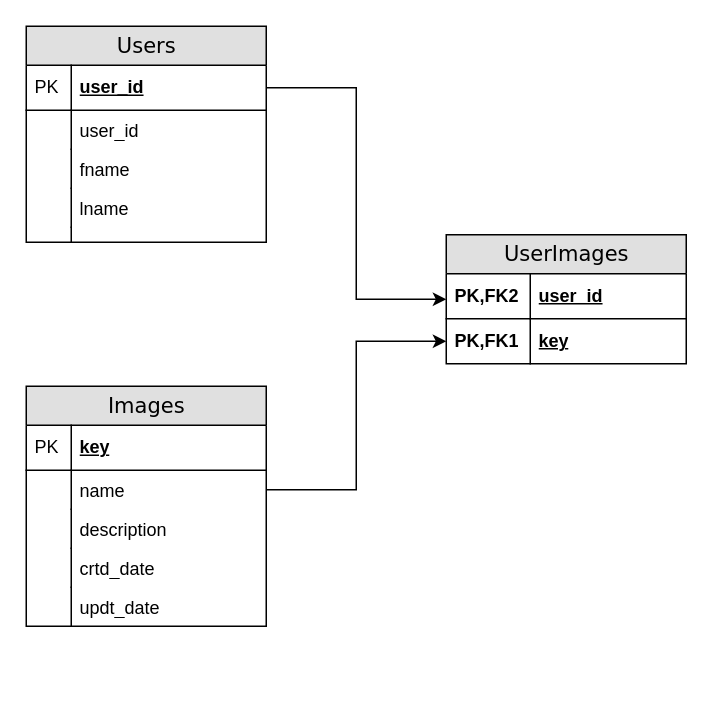
Earlier version of the draw.io diagram Untitled Diagram.drawio (akurudi/diagrams). Source tidied: cells renumbered, new cells numbered last; positions are measured from the earlier drawing's top-left corner, leaving out a move shared by most shapes. Both pictures are drawn from the tidied source at 150%, with x=0, y=0 at pixel (26, 26).
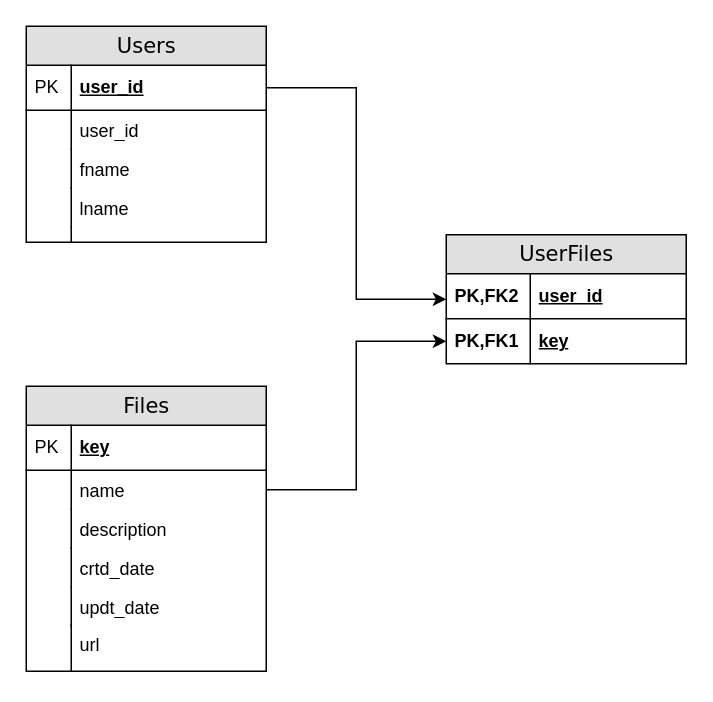
After the change.

What changed in the source:
```diff
@@
-    <mxCell id="2" value="Images" style="swimlane;html=1;fontStyle=0;horizontal=1;startSize=26;fillColor=#e0e0e0;swimlaneFillColor=#ffffff;align=center;rounded=0;shadow=0;comic=0;labelBackgroundColor=none;strokeWidth=1;fontFamily=Verdana;fontSize=14;" parent="1" vertex="1">
-      <mxGeometry y="240" width="160" height="160" as="geometry" />
+    <mxCell id="2" value="Files" style="swimlane;html=1;fontStyle=0;horizontal=1;startSize=26;fillColor=#e0e0e0;swimlaneFillColor=#ffffff;align=center;rounded=0;shadow=0;comic=0;labelBackgroundColor=none;strokeWidth=1;fontFamily=Verdana;fontSize=14;" parent="1" vertex="1">
+      <mxGeometry y="240" width="160" height="190" as="geometry" />
     </mxCell>
@@
-    <mxCell id="26" value="UserImages" style="swimlane;html=1;fontStyle=0;horizontal=1;startSize=26;fillColor=#e0e0e0;swimlaneFillColor=#ffffff;align=center;rounded=0;shadow=0;comic=0;labelBackgroundColor=none;strokeWidth=1;fontFamily=Verdana;fontSize=14;" parent="1" vertex="1">
+    <mxCell id="26" value="UserFiles" style="swimlane;html=1;fontStyle=0;horizontal=1;startSize=26;fillColor=#e0e0e0;swimlaneFillColor=#ffffff;align=center;rounded=0;shadow=0;comic=0;labelBackgroundColor=none;strokeWidth=1;fontFamily=Verdana;fontSize=14;" parent="1" vertex="1">
       <mxGeometry x="280" y="139" width="160" height="86" as="geometry" />
     </mxCell>
@@
+    <mxCell id="31" value="url" style="shape=partialRectangle;top=0;left=0;right=0;bottom=0;html=1;align=left;verticalAlign=top;fillColor=none;spacingLeft=34;spacingRight=4;whiteSpace=wrap;overflow=hidden;" parent="1" vertex="1">
+      <mxGeometry y="399" width="160" height="31" as="geometry" />
+    </mxCell>
+    <mxCell id="32" style="shape=partialRectangle;top=0;left=0;bottom=0;html=1;fillColor=none;align=left;verticalAlign=top;spacingLeft=4;spacingRight=4;whiteSpace=wrap;overflow=hidden;" parent="31" vertex="1">
+      <mxGeometry width="30" height="31" as="geometry" />
+    </mxCell>
```
